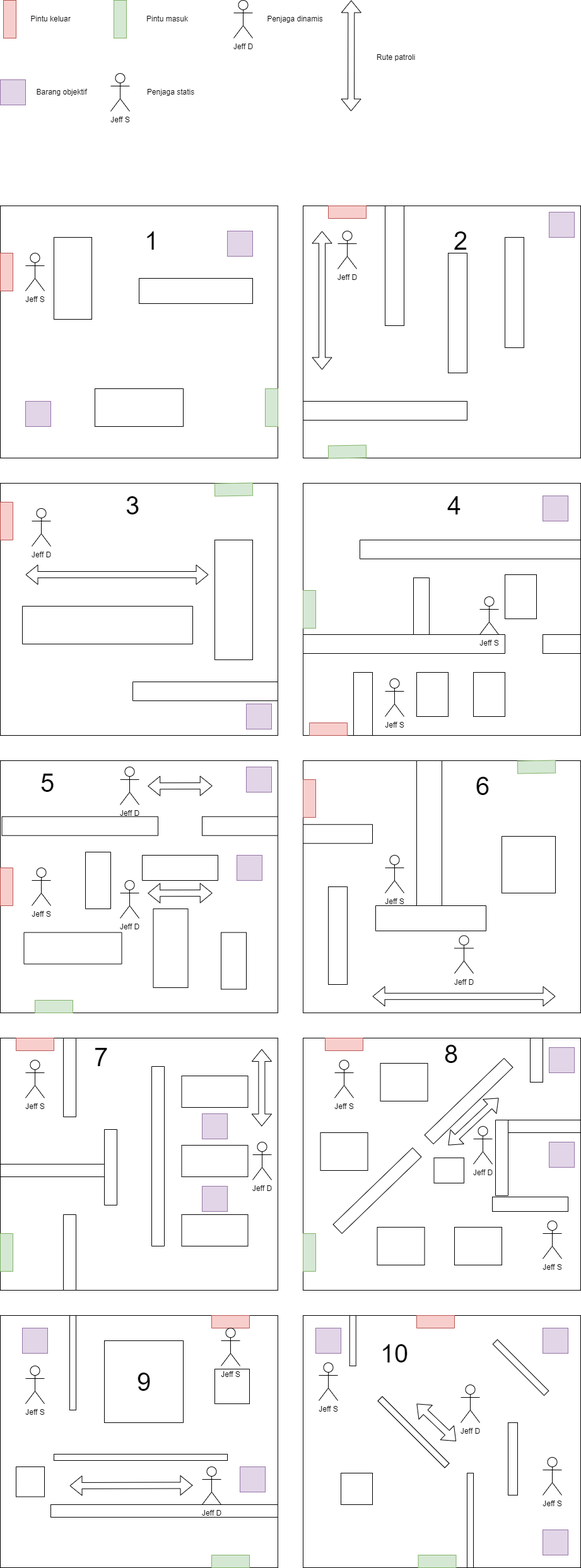
Before: level 1.png, a diagram exported from draw.io (johannfac/A-Lone-Burglar). Source tidied: cells renumbered, new cells last; positions are measured from the earlier drawing's top-left corner, leaving out a move shared by most shapes.
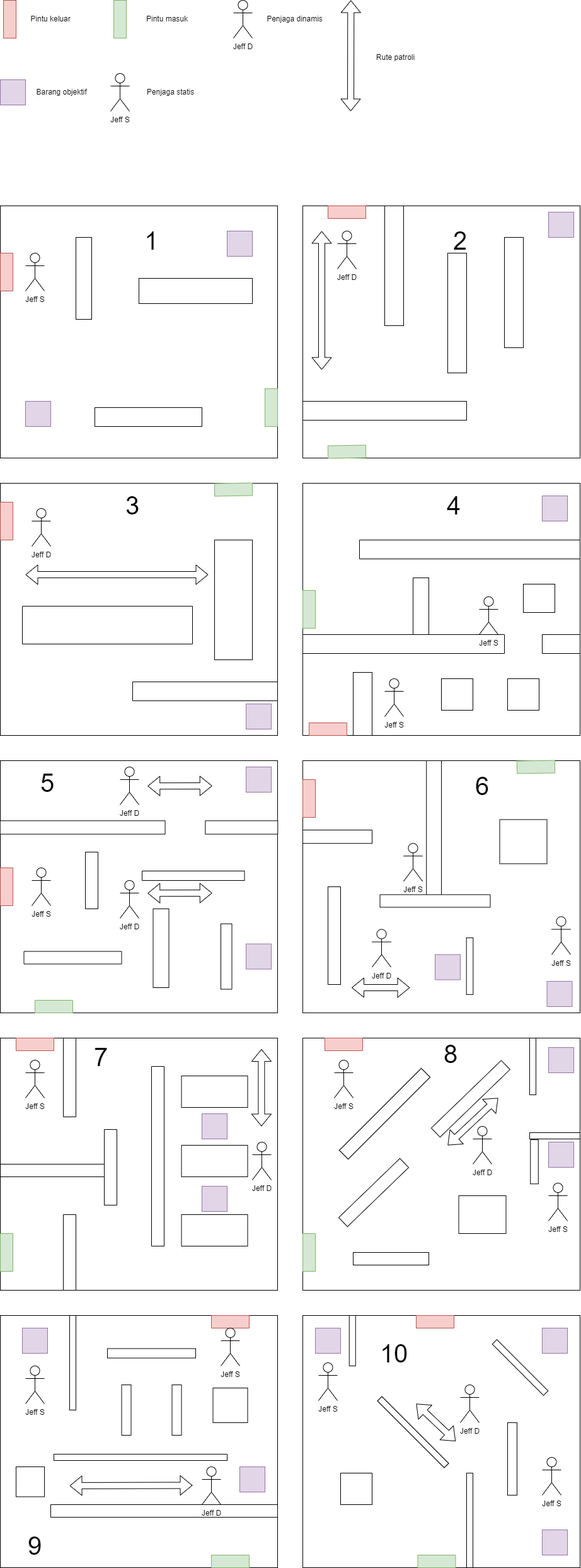
After the commit.

The edit, as a diff of the source:
```diff
@@ -6,10 +6,10 @@
       <mxGeometry y="326" width="440" height="400" as="geometry" />
     </mxCell>
     <mxCell id="3" style="rounded=0;whiteSpace=wrap;html=1;" parent="1" vertex="1">
-      <mxGeometry x="150" y="616" width="140" height="60" as="geometry" />
+      <mxGeometry x="150" y="646" width="170" height="30" as="geometry" />
     </mxCell>
     <mxCell id="4" style="rounded=0;whiteSpace=wrap;html=1;" parent="1" vertex="1">
-      <mxGeometry x="85" y="376" width="60" height="130" as="geometry" />
+      <mxGeometry x="120" y="376" width="25" height="130" as="geometry" />
     </mxCell>
     <mxCell id="5" style="rounded=0;whiteSpace=wrap;html=1;" parent="1" vertex="1">
       <mxGeometry x="220" y="441" width="180" height="40" as="geometry" />
@@ -99,10 +99,10 @@
       <mxGeometry x="860" y="786" width="40" height="40" as="geometry" />
     </mxCell>
     <mxCell id="34" style="rounded=0;whiteSpace=wrap;html=1;rotation=0;" parent="1" vertex="1">
-      <mxGeometry x="660" y="1066" width="50" height="70" as="geometry" />
+      <mxGeometry x="700" y="1076" width="50" height="50" as="geometry" />
     </mxCell>
     <mxCell id="35" style="rounded=0;whiteSpace=wrap;html=1;rotation=0;" parent="1" vertex="1">
-      <mxGeometry x="750" y="1066" width="50" height="70" as="geometry" />
+      <mxGeometry x="805" y="1076" width="50" height="50" as="geometry" />
     </mxCell>
     <mxCell id="36" style="rounded=0;whiteSpace=wrap;html=1;rotation=0;" parent="1" vertex="1">
       <mxGeometry x="860" y="1006" width="60" height="30" as="geometry" />
@@ -111,7 +111,7 @@
       <mxGeometry x="655" y="916" width="25" height="90" as="geometry" />
     </mxCell>
     <mxCell id="38" style="rounded=0;whiteSpace=wrap;html=1;rotation=0;" parent="1" vertex="1">
-      <mxGeometry x="800" y="911" width="50" height="70" as="geometry" />
+      <mxGeometry x="830" y="926" width="50" height="45" as="geometry" />
     </mxCell>
     <mxCell id="39" value="Jeff S" style="shape=umlActor;verticalLabelPosition=bottom;verticalAlign=top;html=1;" parent="1" vertex="1">
       <mxGeometry x="760" y="946" width="30" height="60" as="geometry" />
@@ -134,56 +134,53 @@
     <mxCell id="45" style="rounded=0;whiteSpace=wrap;html=1;fillColor=#d5e8d4;strokeColor=#82b366;rotation=89;" parent="1" vertex="1">
       <mxGeometry x="840" y="1186" width="20" height="60" as="geometry" />
     </mxCell>
-    <mxCell id="46" style="rounded=0;whiteSpace=wrap;html=1;" parent="1" vertex="1">
-      <mxGeometry x="320" y="1294.8" width="120" height="30" as="geometry" />
-    </mxCell>
     <mxCell id="47" style="rounded=0;whiteSpace=wrap;html=1;fillColor=#e1d5e7;strokeColor=#9673a6;" parent="1" vertex="1">
       <mxGeometry x="390" y="1216" width="40" height="40" as="geometry" />
     </mxCell>
     <mxCell id="48" style="rounded=0;whiteSpace=wrap;html=1;rotation=90;" parent="1" vertex="1">
-      <mxGeometry x="265" y="1316" width="40" height="120" as="geometry" />
+      <mxGeometry x="298.8" y="1307.2" width="15" height="162.5" as="geometry" />
     </mxCell>
     <mxCell id="49" style="rounded=0;whiteSpace=wrap;html=1;rotation=90;" parent="1" vertex="1">
-      <mxGeometry x="111.2" y="1186" width="30" height="247.5" as="geometry" />
+      <mxGeometry x="120" y="1181" width="21.2" height="261.9" as="geometry" />
     </mxCell>
     <mxCell id="50" value="Jeff D" style="shape=umlActor;verticalLabelPosition=bottom;verticalAlign=top;html=1;" parent="1" vertex="1">
       <mxGeometry x="190" y="1216" width="30" height="60" as="geometry" />
     </mxCell>
     <mxCell id="51" style="rounded=0;whiteSpace=wrap;html=1;rotation=90;" parent="1" vertex="1">
-      <mxGeometry x="207.5" y="1476" width="125" height="55" as="geometry" />
+      <mxGeometry x="192.5" y="1491" width="125" height="25" as="geometry" />
     </mxCell>
     <mxCell id="52" value="Jeff S" style="shape=umlActor;verticalLabelPosition=bottom;verticalAlign=top;html=1;" parent="1" vertex="1">
       <mxGeometry x="50" y="1376" width="30" height="60" as="geometry" />
     </mxCell>
     <mxCell id="53" style="rounded=0;whiteSpace=wrap;html=1;rotation=90;" parent="1" vertex="1">
-      <mxGeometry x="110" y="1376" width="90" height="40" as="geometry" />
+      <mxGeometry x="100" y="1386" width="90" height="20" as="geometry" />
     </mxCell>
     <mxCell id="54" style="rounded=0;whiteSpace=wrap;html=1;rotation=90;" parent="1" vertex="1">
-      <mxGeometry x="90" y="1426" width="50" height="155" as="geometry" />
+      <mxGeometry x="105" y="1441" width="20" height="155" as="geometry" />
     </mxCell>
     <mxCell id="55" value="Jeff S" style="shape=umlActor;verticalLabelPosition=bottom;verticalAlign=top;html=1;" parent="1" vertex="1">
       <mxGeometry x="610" y="1076" width="30" height="60" as="geometry" />
     </mxCell>
     <mxCell id="56" style="rounded=0;whiteSpace=wrap;html=1;rotation=90;" parent="1" vertex="1">
-      <mxGeometry x="563.8" y="1302.2" width="232.5" height="40" as="geometry" />
+      <mxGeometry x="579.1" y="1303.2" width="218.1" height="23.8" as="geometry" />
     </mxCell>
     <mxCell id="57" style="rounded=0;whiteSpace=wrap;html=1;rotation=90;" parent="1" vertex="1">
-      <mxGeometry x="662.5" y="1368.5" width="40" height="175" as="geometry" />
+      <mxGeometry x="680" y="1341" width="20" height="175" as="geometry" />
     </mxCell>
     <mxCell id="58" value="Jeff D" style="shape=umlActor;verticalLabelPosition=bottom;verticalAlign=top;html=1;" parent="1" vertex="1">
-      <mxGeometry x="720" y="1483.5" width="30" height="60" as="geometry" />
+      <mxGeometry x="590" y="1473.5" width="30" height="60" as="geometry" />
     </mxCell>
     <mxCell id="59" style="rounded=0;whiteSpace=wrap;html=1;" parent="1" vertex="1">
-      <mxGeometry x="795" y="1326" width="85" height="90" as="geometry" />
+      <mxGeometry x="792.5" y="1299.4" width="75" height="70" as="geometry" />
     </mxCell>
     <mxCell id="60" value="Jeff S" style="shape=umlActor;verticalLabelPosition=bottom;verticalAlign=top;html=1;" parent="1" vertex="1">
-      <mxGeometry x="610" y="1356" width="30" height="60" as="geometry" />
+      <mxGeometry x="640" y="1337.2" width="30" height="60" as="geometry" />
     </mxCell>
     <mxCell id="61" style="rounded=0;whiteSpace=wrap;html=1;" parent="1" vertex="1">
-      <mxGeometry x="480" y="1307.2" width="110" height="30" as="geometry" />
+      <mxGeometry x="480" y="1316" width="110" height="21.2" as="geometry" />
     </mxCell>
     <mxCell id="62" style="rounded=0;whiteSpace=wrap;html=1;" parent="1" vertex="1">
-      <mxGeometry x="520" y="1406" width="30" height="155" as="geometry" />
+      <mxGeometry x="520" y="1406" width="20" height="155" as="geometry" />
     </mxCell>
     <mxCell id="63" style="rounded=0;whiteSpace=wrap;html=1;" parent="1" vertex="1">
       <mxGeometry y="1646" width="440" height="400" as="geometry" />
@@ -234,10 +231,10 @@
       <mxGeometry x="480" y="1646" width="440" height="400" as="geometry" />
     </mxCell>
     <mxCell id="79" style="rounded=0;whiteSpace=wrap;html=1;rotation=-224;" parent="1" vertex="1">
-      <mxGeometry x="510" y="1878" width="175" height="20" as="geometry" />
+      <mxGeometry x="525" y="1881" width="135" height="20" as="geometry" />
     </mxCell>
     <mxCell id="80" style="rounded=0;whiteSpace=wrap;html=1;rotation=-224;" parent="1" vertex="1">
-      <mxGeometry x="655" y="1736" width="175" height="20" as="geometry" />
+      <mxGeometry x="669.2" y="1732.3" width="154.3" height="20" as="geometry" />
     </mxCell>
     <mxCell id="81" style="rounded=0;whiteSpace=wrap;html=1;fillColor=#d5e8d4;strokeColor=#82b366;rotation=-180;" parent="1" vertex="1">
       <mxGeometry x="480" y="1956" width="20" height="60" as="geometry" />
@@ -251,29 +248,17 @@
     <mxCell id="84" style="rounded=0;whiteSpace=wrap;html=1;fillColor=#e1d5e7;strokeColor=#9673a6;" parent="1" vertex="1">
       <mxGeometry x="870" y="1811" width="40" height="40" as="geometry" />
     </mxCell>
-    <mxCell id="85" style="rounded=0;whiteSpace=wrap;html=1;" parent="1" vertex="1">
-      <mxGeometry x="800" y="1776" width="120" height="20" as="geometry" />
-    </mxCell>
-    <mxCell id="86" style="rounded=0;whiteSpace=wrap;html=1;rotation=90;" parent="1" vertex="1">
-      <mxGeometry x="735" y="1826" width="120" height="20" as="geometry" />
-    </mxCell>
-    <mxCell id="87" style="rounded=0;whiteSpace=wrap;html=1;" parent="1" vertex="1">
-      <mxGeometry x="780" y="1898" width="120" height="23" as="geometry" />
-    </mxCell>
     <mxCell id="88" style="rounded=0;whiteSpace=wrap;html=1;rotation=0;" parent="1" vertex="1">
-      <mxGeometry x="597.5" y="1946" width="75" height="60" as="geometry" />
+      <mxGeometry x="560" y="1986" width="120" height="20" as="geometry" />
     </mxCell>
     <mxCell id="89" style="rounded=0;whiteSpace=wrap;html=1;rotation=0;" parent="1" vertex="1">
-      <mxGeometry x="720" y="1946" width="75" height="60" as="geometry" />
+      <mxGeometry x="727.5" y="1896" width="75" height="60" as="geometry" />
     </mxCell>
-    <mxCell id="90" style="rounded=0;whiteSpace=wrap;html=1;rotation=0;" parent="1" vertex="1">
-      <mxGeometry x="507.5" y="1796" width="75" height="60" as="geometry" />
-    </mxCell>
-    <mxCell id="91" style="rounded=0;whiteSpace=wrap;html=1;rotation=0;" parent="1" vertex="1">
-      <mxGeometry x="602.5" y="1686" width="75" height="60" as="geometry" />
+    <mxCell id="91" style="rounded=0;whiteSpace=wrap;html=1;rotation=-45;" parent="1" vertex="1">
+      <mxGeometry x="518.1" y="1756" width="183.8" height="20" as="geometry" />
     </mxCell>
     <mxCell id="92" style="rounded=0;whiteSpace=wrap;html=1;" parent="1" vertex="1">
-      <mxGeometry x="840" y="1646" width="20" height="70" as="geometry" />
+      <mxGeometry x="840" y="1646" width="10" height="90" as="geometry" />
     </mxCell>
     <mxCell id="93" style="rounded=0;whiteSpace=wrap;html=1;" parent="1" vertex="1">
       <mxGeometry y="2086" width="440" height="400" as="geometry" />
@@ -282,11 +267,8 @@
       <mxGeometry x="750" y="1786" width="30" height="60" as="geometry" />
     </mxCell>
     <mxCell id="95" value="Jeff S" style="shape=umlActor;verticalLabelPosition=bottom;verticalAlign=top;html=1;" parent="1" vertex="1">
-      <mxGeometry x="860" y="1936" width="30" height="60" as="geometry" />
+      <mxGeometry x="870" y="1876" width="30" height="60" as="geometry" />
     </mxCell>
-    <mxCell id="96" style="rounded=0;whiteSpace=wrap;html=1;" parent="1" vertex="1">
-      <mxGeometry x="687.5" y="1836" width="47.5" height="40" as="geometry" />
-    </mxCell>
     <mxCell id="97" style="rounded=0;whiteSpace=wrap;html=1;fillColor=#e1d5e7;strokeColor=#9673a6;" parent="1" vertex="1">
       <mxGeometry x="870" y="1661" width="40" height="40" as="geometry" />
     </mxCell>
@@ -310,8 +292,8 @@
     </mxCell>
     <mxCell id="101" style="shape=flexArrow;endArrow=classic;startArrow=classic;html=1;rounded=0;" parent="1" edge="1">
       <mxGeometry relative="1" as="geometry">
-        <mxPoint x="880" y="1579.8" as="sourcePoint" />
-        <mxPoint x="590" y="1579.8" as="targetPoint" />
+        <mxPoint x="650" y="1566" as="sourcePoint" />
+        <mxPoint x="557.5" y="1566" as="targetPoint" />
       </mxGeometry>
     </mxCell>
     <mxCell id="102" style="rounded=0;whiteSpace=wrap;html=1;" parent="1" vertex="1">
@@ -348,7 +330,7 @@
       <mxGeometry x="400" y="1811" width="30" height="60" as="geometry" />
     </mxCell>
     <mxCell id="111" style="rounded=0;whiteSpace=wrap;html=1;" parent="1" vertex="1">
-      <mxGeometry x="165" y="2126" width="125" height="130" as="geometry" />
+      <mxGeometry x="192.5" y="2196" width="15" height="80" as="geometry" />
     </mxCell>
     <mxCell id="112" style="rounded=0;whiteSpace=wrap;html=1;" parent="1" vertex="1">
       <mxGeometry x="85" y="2306" width="275" height="10" as="geometry" />
@@ -369,7 +351,7 @@
       </mxGeometry>
     </mxCell>
     <mxCell id="117" style="rounded=0;whiteSpace=wrap;html=1;" parent="1" vertex="1">
-      <mxGeometry x="340" y="2171" width="55" height="55" as="geometry" />
+      <mxGeometry x="337.5" y="2201" width="55" height="55" as="geometry" />
     </mxCell>
     <mxCell id="118" value="Jeff S" style="shape=umlActor;verticalLabelPosition=bottom;verticalAlign=top;html=1;" parent="1" vertex="1">
       <mxGeometry x="350" y="2106" width="30" height="60" as="geometry" />
@@ -435,10 +417,10 @@
       </mxGeometry>
     </mxCell>
     <mxCell id="137" style="rounded=0;whiteSpace=wrap;html=1;fillColor=#e1d5e7;strokeColor=#9673a6;" parent="1" vertex="1">
-      <mxGeometry x="375" y="1356" width="40" height="40" as="geometry" />
+      <mxGeometry x="390" y="1496.6" width="40" height="40" as="geometry" />
     </mxCell>
     <mxCell id="138" style="rounded=0;whiteSpace=wrap;html=1;rotation=90;" parent="1" vertex="1">
-      <mxGeometry x="325" y="1503.5" width="90" height="40" as="geometry" />
+      <mxGeometry x="306.9" y="1507.9" width="103.8" height="17.5" as="geometry" />
     </mxCell>
     <mxCell id="139" value="&lt;font style=&quot;font-size: 40px;&quot;&gt;2&lt;/font&gt;" style="text;html=1;strokeColor=none;fillColor=none;align=center;verticalAlign=middle;whiteSpace=wrap;rounded=0;" parent="1" vertex="1">
       <mxGeometry x="700" y="366" width="60" height="30" as="geometry" />
@@ -465,7 +447,7 @@
       <mxGeometry x="685" y="1656" width="60" height="30" as="geometry" />
     </mxCell>
     <mxCell id="147" value="&lt;font style=&quot;font-size: 40px;&quot;&gt;9&lt;/font&gt;" style="text;html=1;strokeColor=none;fillColor=none;align=center;verticalAlign=middle;whiteSpace=wrap;rounded=0;" parent="1" vertex="1">
-      <mxGeometry x="197.5" y="2176" width="60" height="30" as="geometry" />
+      <mxGeometry x="25" y="2436" width="60" height="30" as="geometry" />
     </mxCell>
     <mxCell id="148" value="&lt;font style=&quot;font-size: 40px;&quot;&gt;10&lt;/font&gt;" style="text;html=1;strokeColor=none;fillColor=none;align=center;verticalAlign=middle;whiteSpace=wrap;rounded=0;" parent="1" vertex="1">
       <mxGeometry x="595" y="2131" width="60" height="30" as="geometry" />
@@ -509,5 +491,32 @@
     <mxCell id="160" value="Rute patroli" style="text;html=1;strokeColor=none;fillColor=none;align=center;verticalAlign=middle;whiteSpace=wrap;rounded=0;" parent="1" vertex="1">
       <mxGeometry x="575" y="76" width="105" height="30" as="geometry" />
     </mxCell>
+    <mxCell id="161" style="rounded=0;whiteSpace=wrap;html=1;rotation=90;" parent="1" vertex="1">
+      <mxGeometry x="372.2" y="1254.4" width="21.2" height="115" as="geometry" />
+    </mxCell>
+    <mxCell id="162" style="rounded=0;whiteSpace=wrap;html=1;fillColor=#e1d5e7;strokeColor=#9673a6;" parent="1" vertex="1">
+      <mxGeometry x="867.5" y="1556" width="40" height="40" as="geometry" />
+    </mxCell>
+    <mxCell id="163" value="Jeff S" style="shape=umlActor;verticalLabelPosition=bottom;verticalAlign=top;html=1;" parent="1" vertex="1">
+      <mxGeometry x="875" y="1453.5" width="30" height="60" as="geometry" />
+    </mxCell>
+    <mxCell id="164" style="rounded=0;whiteSpace=wrap;html=1;fillColor=#e1d5e7;strokeColor=#9673a6;" parent="1" vertex="1">
+      <mxGeometry x="690" y="1513.5" width="40" height="40" as="geometry" />
+    </mxCell>
+    <mxCell id="165" style="rounded=0;whiteSpace=wrap;html=1;rotation=90;" parent="1" vertex="1">
+      <mxGeometry x="700" y="1526.6" width="90" height="10.6" as="geometry" />
+    </mxCell>
+    <mxCell id="166" style="rounded=0;whiteSpace=wrap;html=1;rotation=0;" parent="1" vertex="1">
+      <mxGeometry x="840" y="1796" width="80" height="10" as="geometry" />
+    </mxCell>
+    <mxCell id="167" style="rounded=0;whiteSpace=wrap;html=1;rotation=-90;" parent="1" vertex="1">
+      <mxGeometry x="812.5" y="1836" width="70" height="12.5" as="geometry" />
+    </mxCell>
+    <mxCell id="168" style="rounded=0;whiteSpace=wrap;html=1;rotation=90;" parent="1" vertex="1">
+      <mxGeometry x="232.5" y="2076" width="15" height="140" as="geometry" />
+    </mxCell>
+    <mxCell id="169" style="rounded=0;whiteSpace=wrap;html=1;" parent="1" vertex="1">
+      <mxGeometry x="272.5" y="2196" width="15" height="80" as="geometry" />
+    </mxCell>
   </root>
 </mxGraphModel>
```
